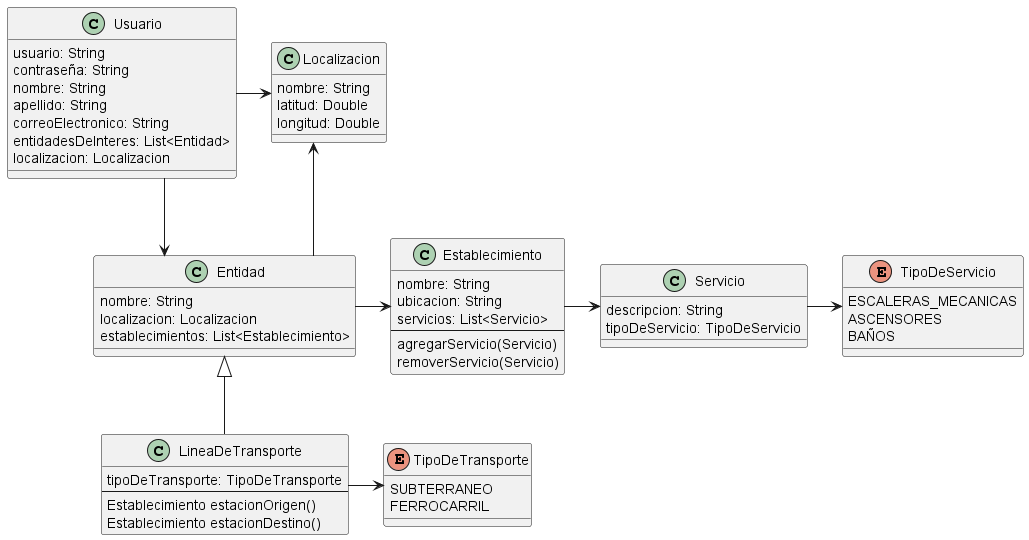
Above: docs/entrega-2/png/TPA2-Clases.png in ValenAquino/tp-dds-2023 (PlantUML), before the change.
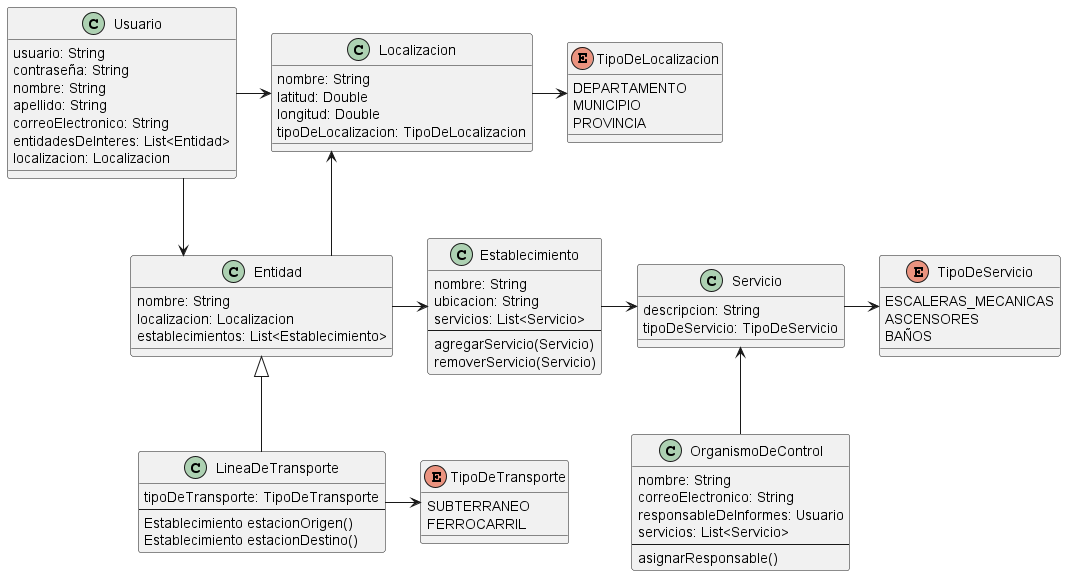
The same file after the commit.

Commit message:
docs(clases): agregar png de clases

Diff of the diagram source:
```diff
@@ -53,6 +53,22 @@
   nombre: String
   latitud: Double
   longitud: Double
+  tipoDeLocalizacion: TipoDeLocalizacion
+}
+
+enum TipoDeLocalizacion {
+  DEPARTAMENTO
+  MUNICIPIO
+  PROVINCIA
+}
+
+class OrganismoDeControl {
+  nombre: String
+  correoElectronico: String
+  responsableDeInformes: Usuario
+  servicios: List<Servicio>
+  --
+  asignarResponsable()
 }
 
 Entidad -> Establecimiento
@@ -63,6 +79,8 @@
 Usuario --> Entidad
 Usuario -> Localizacion
 Localizacion <- Entidad
+Localizacion -> TipoDeLocalizacion
+Servicio <-- OrganismoDeControl
 
 
 @enduml
```
